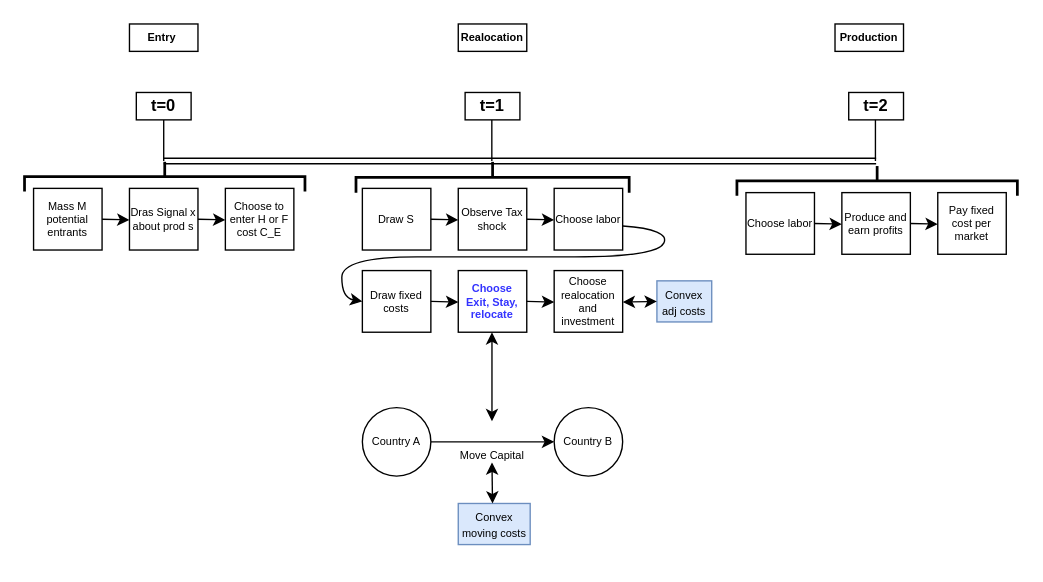
The draw.io diagram Timeline.drawio in madlab404/Firm_relocation, before the edit. Source tidied: cells renumbered, new cells numbered last; positions are measured from the earlier drawing's top-left corner, leaving out a move shared by most shapes. Both pictures are drawn from the tidied source at 137%, with x=0, y=0 at pixel (33, 23).
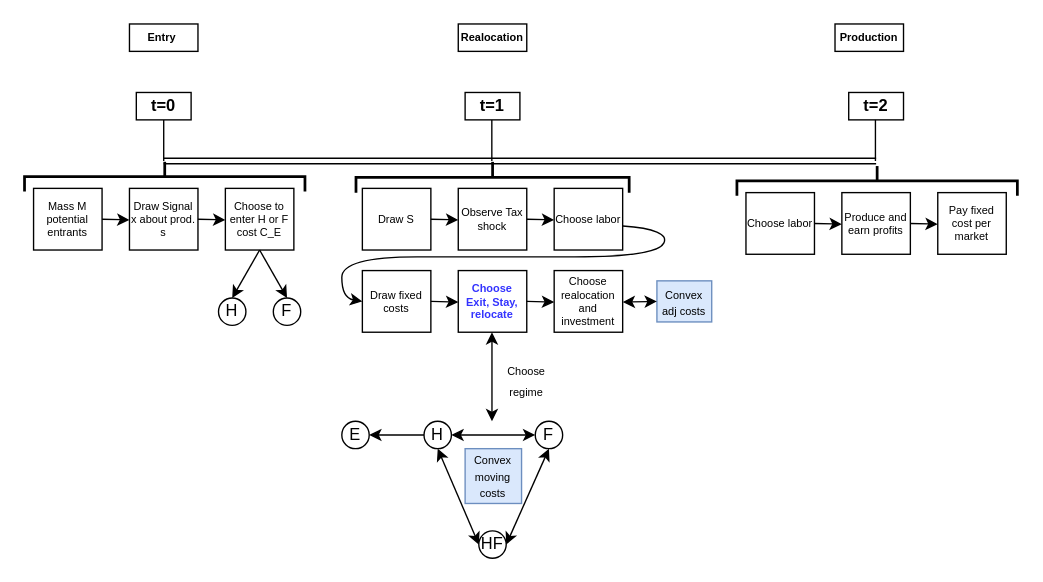
After the change.

Diff of the diagram source:
```diff
@@
-    <mxCell id="9" value="Country A" style="ellipse;whiteSpace=wrap;html=1;fontSize=8;" parent="1" vertex="1">
-      <mxGeometry x="240" y="280" width="50" height="50" as="geometry" />
-    </mxCell>
-    <mxCell id="10" style="endArrow=classic;html=1;rounded=0;entryX=0;entryY=0.5;entryDx=0;entryDy=0;exitX=1;exitY=0.5;exitDx=0;exitDy=0;exitPerimeter=0;" parent="1" edge="1" source="9" target="35">
+    <mxCell id="10" style="endArrow=classic;html=1;rounded=0;exitX=0;exitY=0.5;exitDx=0;exitDy=0;entryX=1;entryY=0.5;entryDx=0;entryDy=0;" parent="1" edge="1" source="55" target="53">
       <mxGeometry relative="1" as="geometry" />
     </mxCell>
-    <mxCell id="11" value="Move Capital" style="text;html=1;whiteSpace=wrap;strokeColor=none;fillColor=none;align=center;verticalAlign=middle;rounded=0;fontSize=8;" parent="1" vertex="1">
-      <mxGeometry x="280" y="300" width="110" height="30" as="geometry" />
-    </mxCell>
     <mxCell id="12" value="&lt;font style=&quot;font-size: 8px;&quot;&gt;Convex moving costs&lt;/font&gt;" style="rounded=0;whiteSpace=wrap;html=1;fontSize=10;fillColor=#dae8fc;strokeColor=#6c8ebf;" parent="1" vertex="1">
-      <mxGeometry x="310" y="350" width="52.5" height="30" as="geometry" />
+      <mxGeometry x="315" y="310" width="41.2" height="40" as="geometry" />
     </mxCell>
@@
-    <mxCell id="15" value="Dras Signal x about prod s" style="rounded=0;whiteSpace=wrap;html=1;fontSize=8;" parent="1" vertex="1">
+    <mxCell id="15" value="Draw Signal x about prod. s" style="rounded=0;whiteSpace=wrap;html=1;fontSize=8;" parent="1" vertex="1">
       <mxGeometry x="70" y="120" width="50" height="45" as="geometry" />
     </mxCell>
@@
-    <mxCell id="35" value="Country B" style="ellipse;whiteSpace=wrap;html=1;fontSize=8;" parent="1" vertex="1">
-      <mxGeometry x="380" y="280" width="50" height="50" as="geometry" />
-    </mxCell>
-    <mxCell id="36" style="endArrow=classic;startArrow=classic;html=1;rounded=0;" parent="1" edge="1">
-      <mxGeometry relative="1" as="geometry">
-        <mxPoint x="335" y="350" as="sourcePoint" />
-        <mxPoint x="334.6" y="320" as="targetPoint" />
-      </mxGeometry>
+    <mxCell id="36" style="endArrow=classic;startArrow=classic;html=1;rounded=0;exitX=0;exitY=0.5;exitDx=0;exitDy=0;entryX=0.5;entryY=1;entryDx=0;entryDy=0;" parent="1" edge="1" source="50" target="55">
+      <mxGeometry relative="1" as="geometry" />
     </mxCell>
@@
+    <mxCell id="45" style="endArrow=classic;html=1;rounded=0;" parent="1" edge="1">
+      <mxGeometry relative="1" as="geometry">
+        <mxPoint x="165" y="165" as="sourcePoint" />
+        <mxPoint x="145" y="200" as="targetPoint" />
+      </mxGeometry>
+    </mxCell>
+    <mxCell id="46" style="endArrow=classic;html=1;rounded=0;" parent="1" edge="1">
+      <mxGeometry relative="1" as="geometry">
+        <mxPoint x="165" y="165" as="sourcePoint" />
+        <mxPoint x="185" y="200" as="targetPoint" />
+      </mxGeometry>
+    </mxCell>
+    <mxCell id="47" value="H" style="ellipse;whiteSpace=wrap;html=1;" parent="1" vertex="1">
+      <mxGeometry x="135" y="200" width="20" height="20" as="geometry" />
+    </mxCell>
+    <mxCell id="48" value="F" style="ellipse;whiteSpace=wrap;html=1;" parent="1" vertex="1">
+      <mxGeometry x="175" y="200" width="20" height="20" as="geometry" />
+    </mxCell>
+    <mxCell id="49" value="F" style="ellipse;whiteSpace=wrap;html=1;" parent="1" vertex="1">
+      <mxGeometry x="366.2" y="290" width="20" height="20" as="geometry" />
+    </mxCell>
+    <mxCell id="50" value="HF" style="ellipse;whiteSpace=wrap;html=1;" parent="1" vertex="1">
+      <mxGeometry x="325" y="370" width="20" height="20" as="geometry" />
+    </mxCell>
+    <mxCell id="51" style="endArrow=classic;startArrow=classic;html=1;rounded=0;exitX=0;exitY=0.5;exitDx=0;exitDy=0;" parent="1" edge="1" source="55">
+      <mxGeometry relative="1" as="geometry">
+        <mxPoint x="295" y="300" as="targetPoint" />
+      </mxGeometry>
+    </mxCell>
+    <mxCell id="52" style="endArrow=classic;startArrow=classic;html=1;rounded=0;exitX=1;exitY=0.5;exitDx=0;exitDy=0;entryX=0.5;entryY=1;entryDx=0;entryDy=0;" parent="1" edge="1" source="50" target="49">
+      <mxGeometry relative="1" as="geometry" />
+    </mxCell>
+    <mxCell id="53" value="E" style="ellipse;whiteSpace=wrap;html=1;" parent="1" vertex="1">
+      <mxGeometry x="225" y="290" width="20" height="20" as="geometry" />
+    </mxCell>
+    <mxCell id="54" style="endArrow=classic;startArrow=classic;html=1;rounded=0;exitX=0;exitY=0.5;exitDx=0;exitDy=0;" parent="1" edge="1" source="49" target="55">
+      <mxGeometry relative="1" as="geometry" />
+    </mxCell>
+    <mxCell id="55" value="H" style="ellipse;whiteSpace=wrap;html=1;" parent="1" vertex="1">
+      <mxGeometry x="285" y="290" width="20" height="20" as="geometry" />
+    </mxCell>
+    <mxCell id="56" value="&lt;font style=&quot;font-size: 8px;&quot;&gt;Choose regime&lt;/font&gt;" style="text;html=1;whiteSpace=wrap;strokeColor=none;fillColor=none;align=center;verticalAlign=middle;rounded=0;" parent="1" vertex="1">
+      <mxGeometry x="340" y="250" width="40" height="20" as="geometry" />
+    </mxCell>
```
